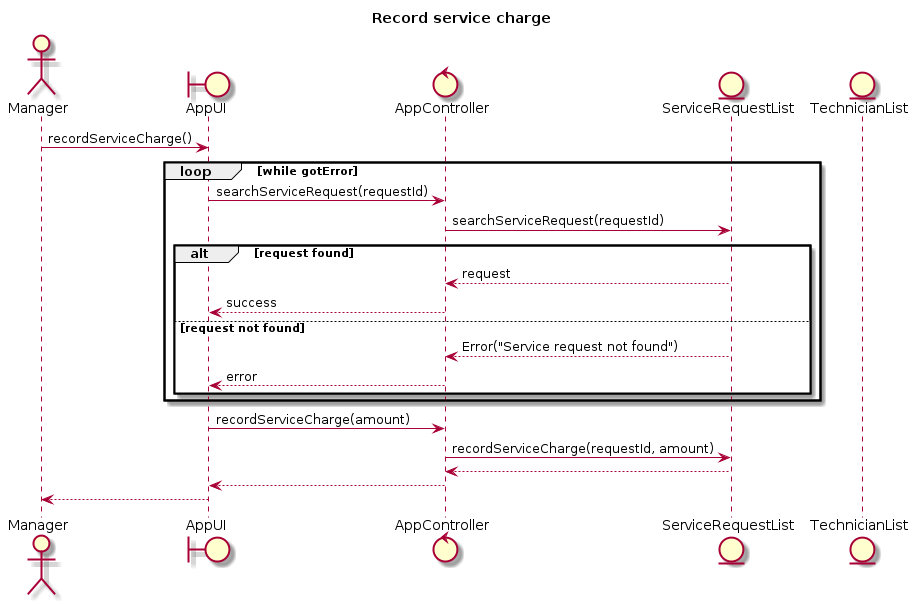
Above: recordServiceCharge.png in wongjiahau/software-design-assignment (PlantUML), before the change.
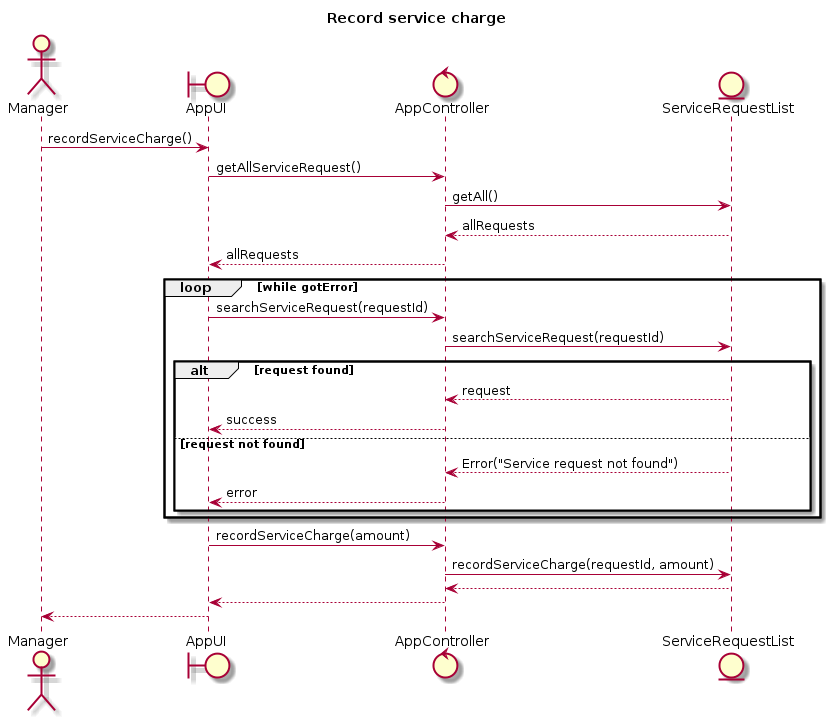
Above is the later version.

Change to the diagram source:
```diff
@@ -4,8 +4,11 @@
 boundary AppUI
 control AppController
 entity ServiceRequestList
-entity TechnicianList
 Manager -> AppUI : recordServiceCharge()
+AppUI -> AppController : getAllServiceRequest()
+AppController -> ServiceRequestList : getAll()
+ServiceRequestList --> AppController : allRequests
+AppController --> AppUI : allRequests
 loop while gotError
     AppUI -> AppController : searchServiceRequest(requestId)
     AppController -> ServiceRequestList : searchServiceRequest(requestId)
```
